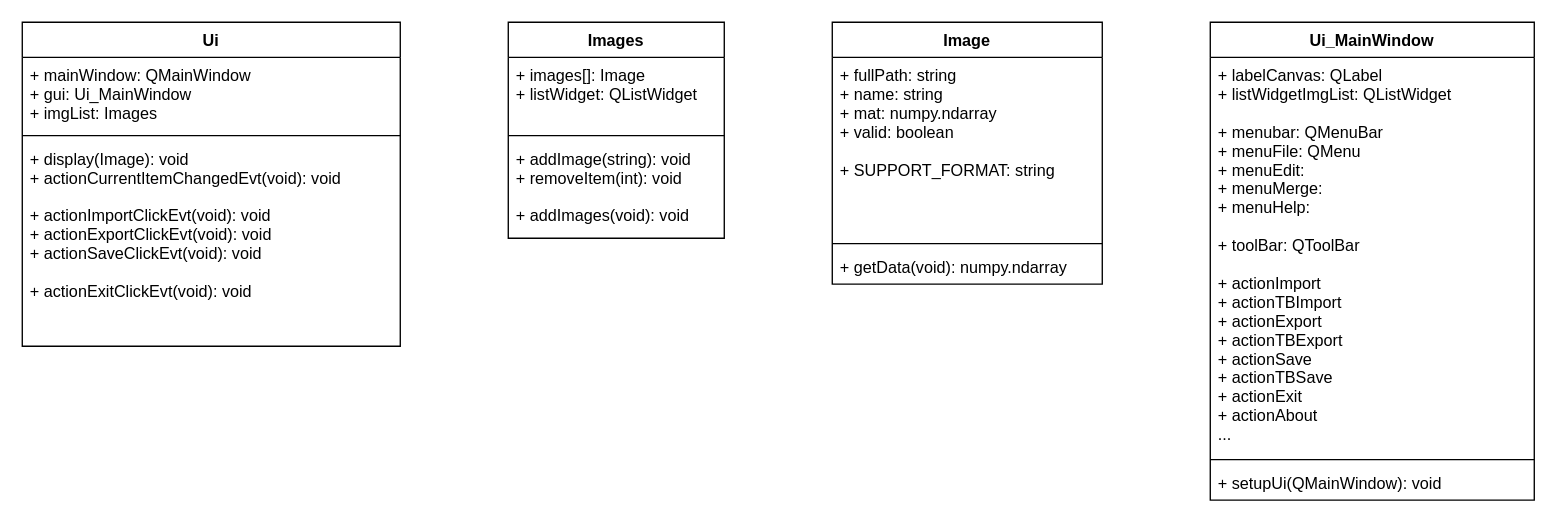
AR0EN/img-pro keeps this draw.io diagram as docs/design/classes.drawio. Above is the earlier version. Source tidied: cells renumbered, new cells numbered last; positions are measured from the earlier drawing's top-left corner, leaving out a move shared by most shapes. Both pictures are drawn from the tidied source at 135%, with x=0, y=0 at pixel (22, 22).
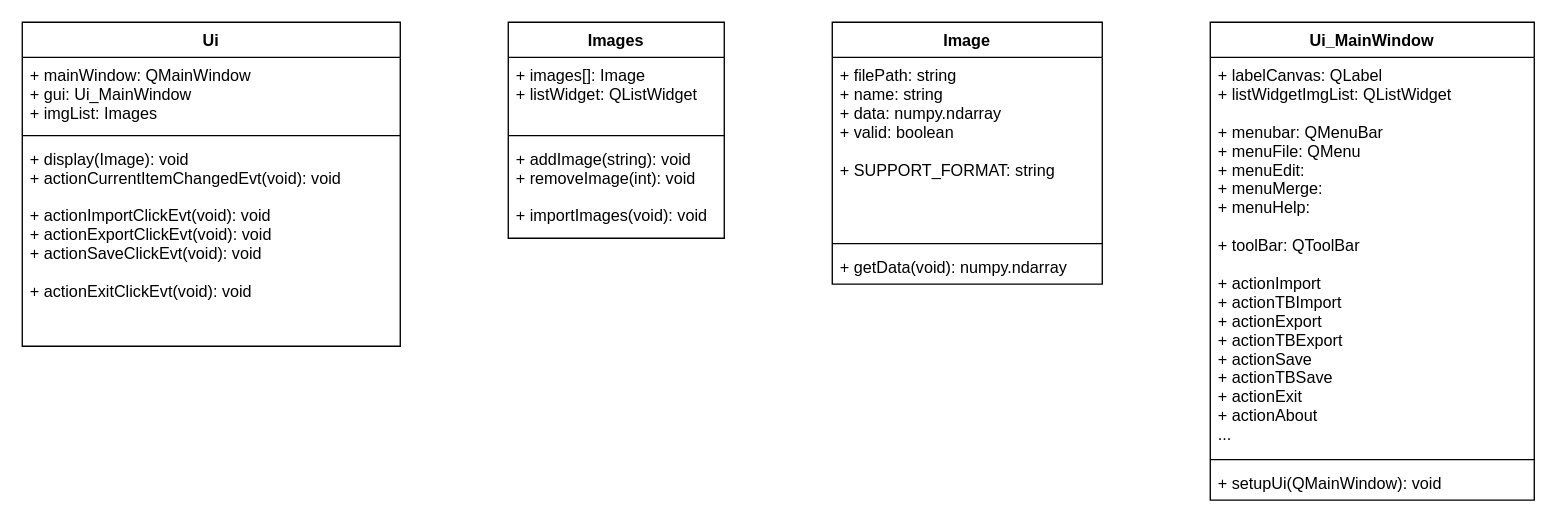
After the change.

The edit, as a diff of the source:
```diff
@@
 <mxGraphModel>
   <root>
     <mxCell id="0" />
     <mxCell id="1" parent="0" />
     <mxCell id="2" value="Ui_MainWindow" style="swimlane;fontStyle=1;align=center;verticalAlign=top;horizontal=1;startSize=26;" parent="1" vertex="1">
       <mxGeometry x="880" width="240" height="354" as="geometry" />
     </mxCell>
     <mxCell id="3" value="+ labelCanvas: QLabel&#10;+ listWidgetImgList: QListWidget&#10;&#10;+ menubar: QMenuBar&#10;+ menuFile: QMenu&#10;+ menuEdit:&#10;+ menuMerge:&#10;+ menuHelp:&#10;&#10;+ toolBar: QToolBar&#10;&#10;+ actionImport&#10;+ actionTBImport&#10;+ actionExport&#10;+ actionTBExport&#10;+ actionSave&#10;+ actionTBSave&#10;+ actionExit&#10;+ actionAbout&#10;..." style="text;strokeColor=none;fillColor=none;align=left;verticalAlign=top;spacingLeft=4;spacingRight=4;overflow=hidden;" parent="2" vertex="1">
       <mxGeometry y="26" width="240" height="294" as="geometry" />
     </mxCell>
     <mxCell id="4" style="line;strokeWidth=1;fillColor=none;align=left;verticalAlign=middle;spacingTop=-1;spacingLeft=3;spacingRight=3;labelPosition=right;" parent="2" vertex="1">
       <mxGeometry y="320" width="240" height="8" as="geometry" />
     </mxCell>
     <mxCell id="5" value="+ setupUi(QMainWindow): void" style="text;strokeColor=none;fillColor=none;align=left;verticalAlign=top;spacingLeft=4;spacingRight=4;overflow=hidden;" parent="2" vertex="1">
       <mxGeometry y="328" width="240" height="26" as="geometry" />
     </mxCell>
     <mxCell id="6" value="Image" style="swimlane;fontStyle=1;align=center;verticalAlign=top;horizontal=1;startSize=26;" parent="1" vertex="1">
       <mxGeometry x="600" width="200" height="194" as="geometry" />
     </mxCell>
-    <mxCell id="7" value="+ fullPath: string&#10;+ name: string&#10;+ mat: numpy.ndarray&#10;+ valid: boolean&#10;&#10;+ SUPPORT_FORMAT: string" style="text;strokeColor=none;fillColor=none;align=left;verticalAlign=top;spacingLeft=4;spacingRight=4;overflow=hidden;" parent="6" vertex="1">
+    <mxCell id="7" value="+ filePath: string&#10;+ name: string&#10;+ data: numpy.ndarray&#10;+ valid: boolean&#10;&#10;+ SUPPORT_FORMAT: string" style="text;strokeColor=none;fillColor=none;align=left;verticalAlign=top;spacingLeft=4;spacingRight=4;overflow=hidden;" parent="6" vertex="1">
       <mxGeometry y="26" width="200" height="134" as="geometry" />
     </mxCell>
     <mxCell id="8" style="line;strokeWidth=1;fillColor=none;align=left;verticalAlign=middle;spacingTop=-1;spacingLeft=3;spacingRight=3;labelPosition=right;" parent="6" vertex="1">
       <mxGeometry y="160" width="200" height="8" as="geometry" />
     </mxCell>
     <mxCell id="9" value="+ getData(void): numpy.ndarray" style="text;strokeColor=none;fillColor=none;align=left;verticalAlign=top;spacingLeft=4;spacingRight=4;overflow=hidden;" parent="6" vertex="1">
       <mxGeometry y="168" width="200" height="26" as="geometry" />
     </mxCell>
     <mxCell id="10" value="Images" style="swimlane;fontStyle=1;align=center;verticalAlign=top;horizontal=1;startSize=26;" parent="1" vertex="1">
       <mxGeometry x="360" width="160" height="160" as="geometry" />
     </mxCell>
     <mxCell id="11" value="+ images[]: Image&#10;+ listWidget: QListWidget" style="text;strokeColor=none;fillColor=none;align=left;verticalAlign=top;spacingLeft=4;spacingRight=4;overflow=hidden;" parent="10" vertex="1">
       <mxGeometry y="26" width="160" height="54" as="geometry" />
     </mxCell>
     <mxCell id="12" style="line;strokeWidth=1;fillColor=none;align=left;verticalAlign=middle;spacingTop=-1;spacingLeft=3;spacingRight=3;labelPosition=right;" parent="10" vertex="1">
       <mxGeometry y="80" width="160" height="8" as="geometry" />
     </mxCell>
-    <mxCell id="13" value="+ addImage(string): void&#10;+ removeItem(int): void&#10;&#10;+ addImages(void): void" style="text;strokeColor=none;fillColor=none;align=left;verticalAlign=top;spacingLeft=4;spacingRight=4;overflow=hidden;" parent="10" vertex="1">
+    <mxCell id="13" value="+ addImage(string): void&#10;+ removeImage(int): void&#10;&#10;+ importImages(void): void" style="text;strokeColor=none;fillColor=none;align=left;verticalAlign=top;spacingLeft=4;spacingRight=4;overflow=hidden;" parent="10" vertex="1">
       <mxGeometry y="88" width="160" height="72" as="geometry" />
     </mxCell>
     <mxCell id="14" value="Ui" style="swimlane;fontStyle=1;align=center;verticalAlign=top;horizontal=1;startSize=26;" parent="1" vertex="1">
       <mxGeometry width="280" height="240" as="geometry" />
     </mxCell>
     <mxCell id="15" value="+ mainWindow: QMainWindow&#10;+ gui: Ui_MainWindow&#10;+ imgList: Images" style="text;strokeColor=none;fillColor=none;align=left;verticalAlign=top;spacingLeft=4;spacingRight=4;overflow=hidden;" parent="14" vertex="1">
       <mxGeometry y="26" width="280" height="54" as="geometry" />
     </mxCell>
     <mxCell id="16" style="line;strokeWidth=1;fillColor=none;align=left;verticalAlign=middle;spacingTop=-1;spacingLeft=3;spacingRight=3;labelPosition=right;" parent="14" vertex="1">
       <mxGeometry y="80" width="280" height="8" as="geometry" />
     </mxCell>
     <mxCell id="17" value="+ display(Image): void&#10;+ actionCurrentItemChangedEvt(void): void&#10;&#10;+ actionImportClickEvt(void): void&#10;+ actionExportClickEvt(void): void&#10;+ actionSaveClickEvt(void): void&#10;&#10;+ actionExitClickEvt(void): void" style="text;strokeColor=none;fillColor=none;align=left;verticalAlign=top;spacingLeft=4;spacingRight=4;overflow=hidden;" parent="14" vertex="1">
       <mxGeometry y="88" width="280" height="152" as="geometry" />
     </mxCell>
   </root>
 </mxGraphModel>
```
